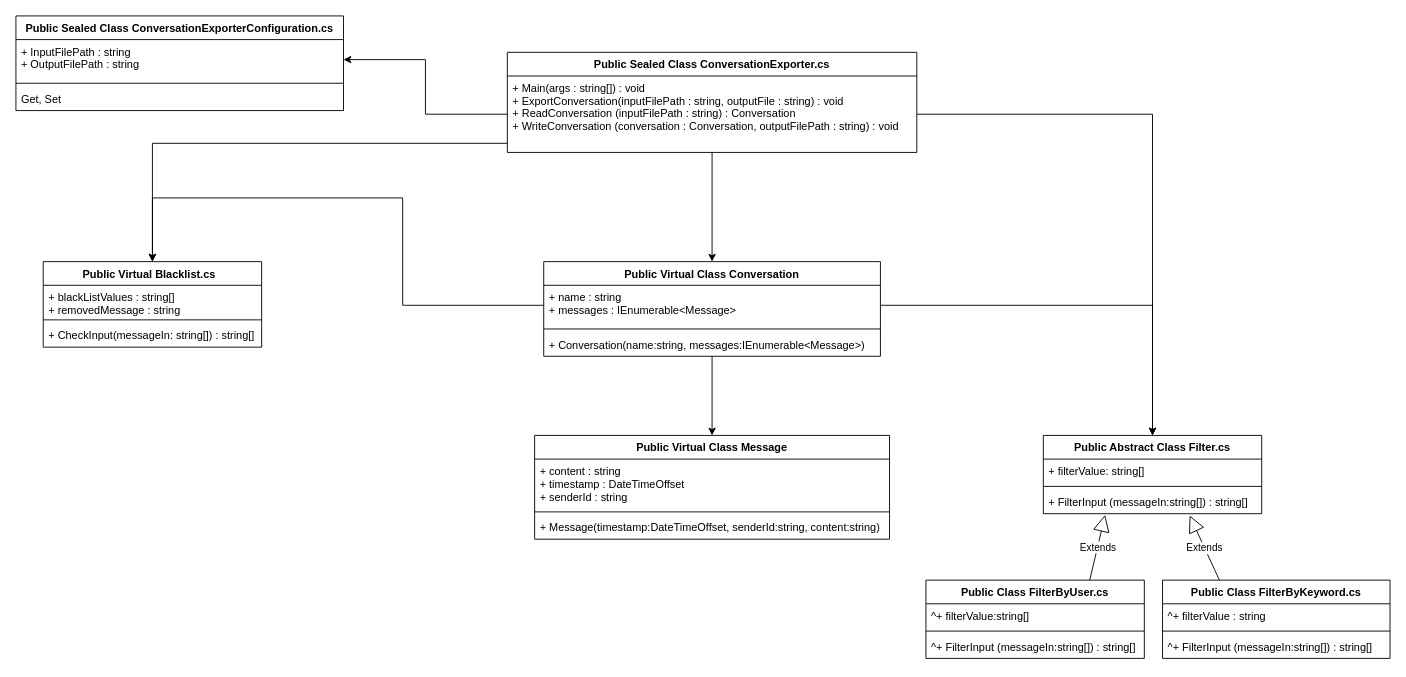
The draw.io diagram Untitled Diagram.drawio in mindlink/my-chat-dotnet, before the edit. Source tidied: cells renumbered, new cells numbered last; positions are measured from the earlier drawing's top-left corner, leaving out a move shared by most shapes. Both pictures are drawn from the tidied source at 91%, with x=0, y=0 at pixel (15, 15).
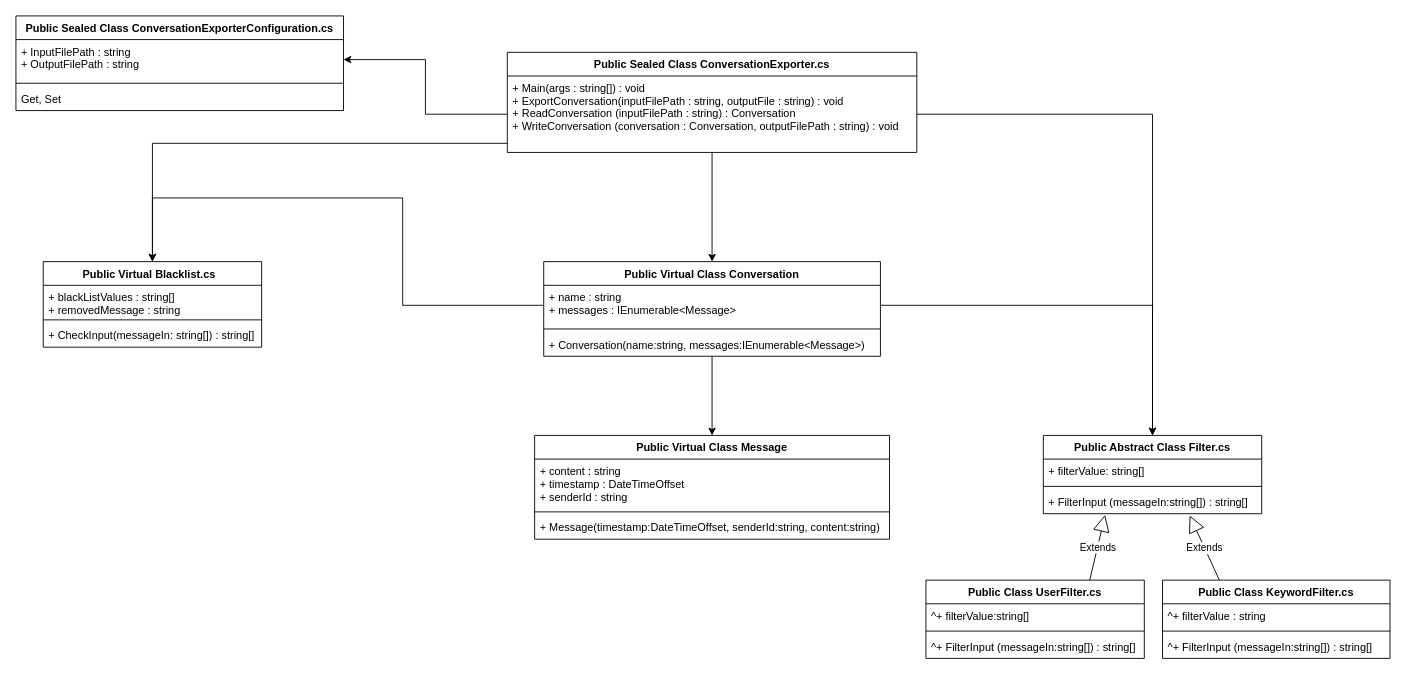
After the change.

The edit, as a diff of the source:
```diff
@@
-    <mxCell id="25" value="Public Class FilterByUser.cs" style="swimlane;fontStyle=1;align=center;verticalAlign=top;horizontal=1;startSize=26;" parent="1" vertex="1">
+    <mxCell id="25" value="Public Class UserFilter.cs" style="swimlane;fontStyle=1;align=center;verticalAlign=top;horizontal=1;startSize=26;" parent="1" vertex="1">
       <mxGeometry x="1000" y="620" width="240" height="86" as="geometry" />
     </mxCell>
@@
-    <mxCell id="30" value="Public Class FilterByKeyword.cs" style="swimlane;fontStyle=1;align=center;verticalAlign=top;horizontal=1;startSize=26;" parent="1" vertex="1">
+    <mxCell id="30" value="Public Class KeywordFilter.cs" style="swimlane;fontStyle=1;align=center;verticalAlign=top;horizontal=1;startSize=26;" parent="1" vertex="1">
       <mxGeometry x="1260" y="620" width="250" height="86" as="geometry" />
     </mxCell>
```
